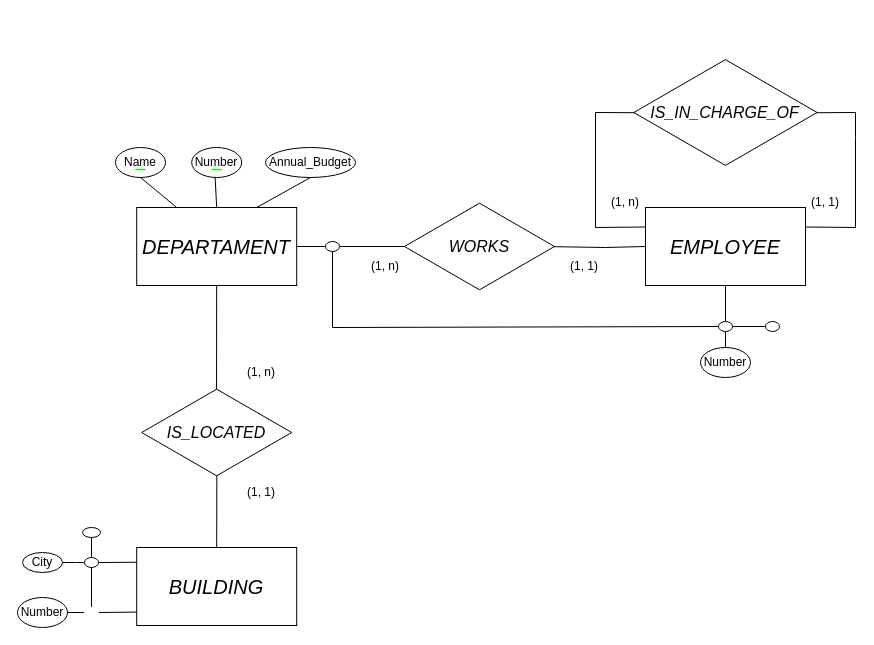
The draw.io diagram Diseño de Bases de Datos Relacionales con MySQL/02 Diseño Conceptual/5to Ejercicio/Ejercicio5.drawio in D4nitrix13/DatabaseGuide, before the edit. Source tidied: cells renumbered, new cells numbered last; positions are measured from the earlier drawing's top-left corner, leaving out a move shared by most shapes. Both pictures are drawn from the tidied source at 100%, with x=0, y=0 at pixel (17, 57).
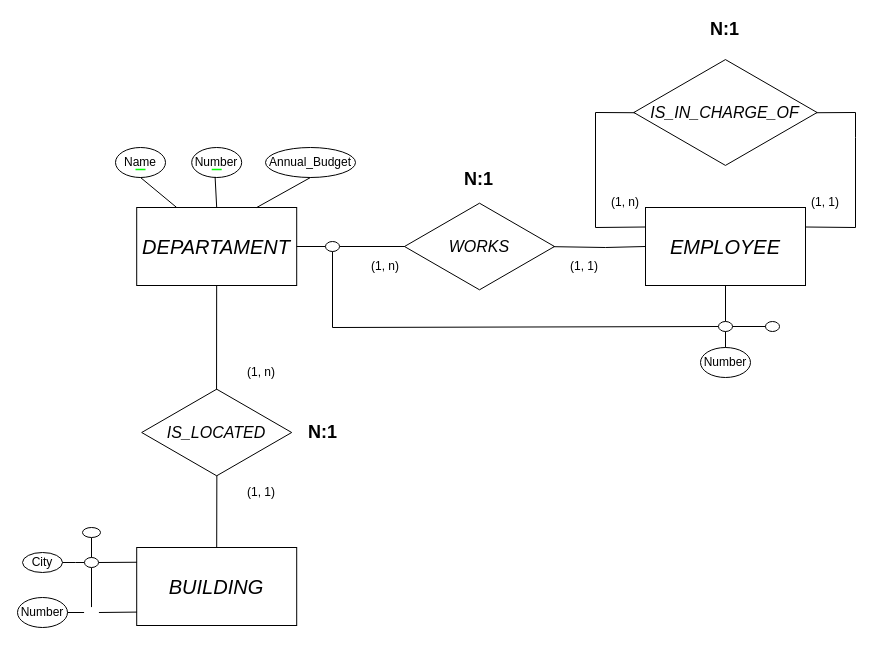
The same page after the edit.

The edit, as a diff of the source:
```diff
@@
+    <mxCell id="49" value="&lt;b style=&quot;font-size: 18px;&quot;&gt;N:1&lt;/b&gt;" style="text;html=1;align=center;verticalAlign=middle;whiteSpace=wrap;rounded=0;fontSize=18;" parent="1" vertex="1">
+      <mxGeometry x="279.3" y="363.2" width="53.3" height="23.5" as="geometry" />
+    </mxCell>
+    <mxCell id="50" value="&lt;b style=&quot;font-size: 18px;&quot;&gt;N:1&lt;/b&gt;" style="text;html=1;align=center;verticalAlign=middle;whiteSpace=wrap;rounded=0;fontSize=18;" parent="1" vertex="1">
+      <mxGeometry x="435.3" y="110" width="53.3" height="23.5" as="geometry" />
+    </mxCell>
+    <mxCell id="51" value="&lt;b style=&quot;font-size: 18px;&quot;&gt;N:1&lt;/b&gt;" style="text;html=1;align=center;verticalAlign=middle;whiteSpace=wrap;rounded=0;fontSize=18;" parent="1" vertex="1">
+      <mxGeometry x="681.3" y="-40" width="53.3" height="23.5" as="geometry" />
+    </mxCell>
```
